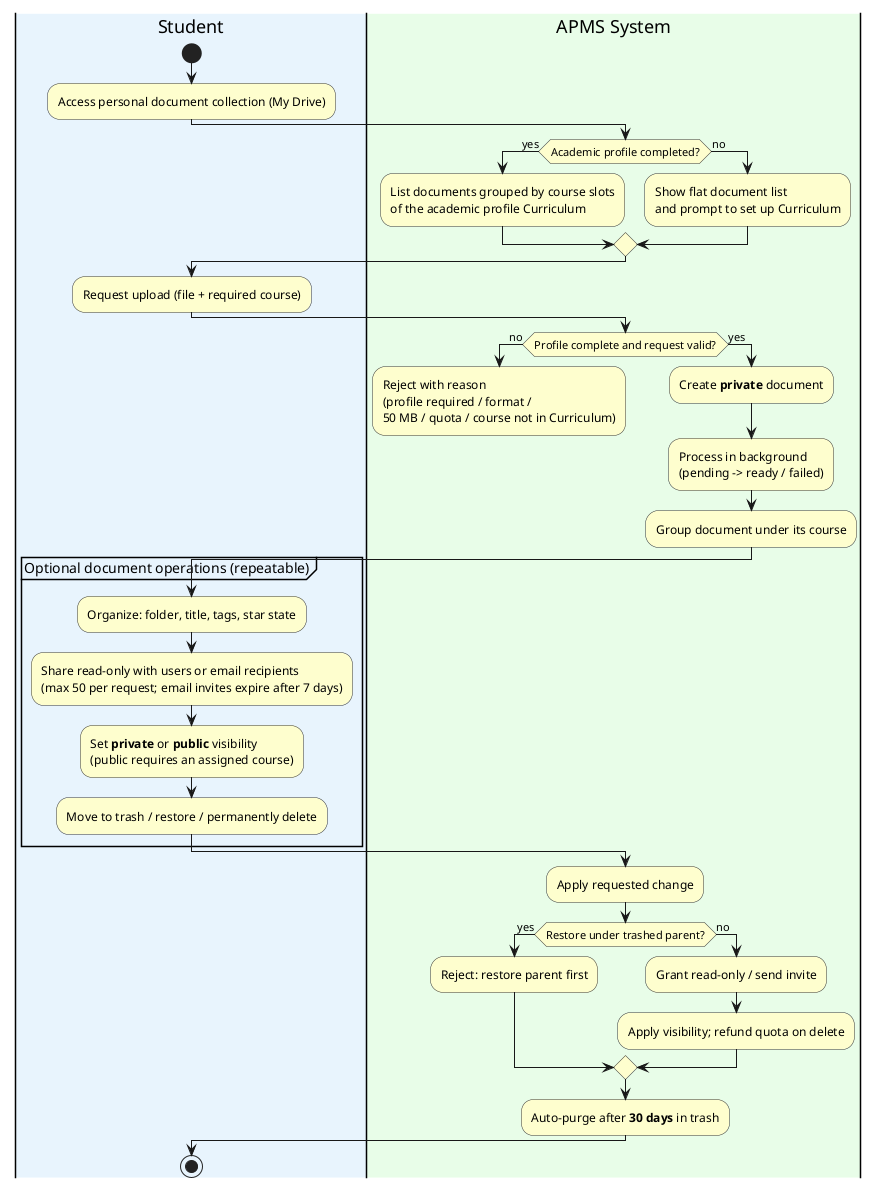
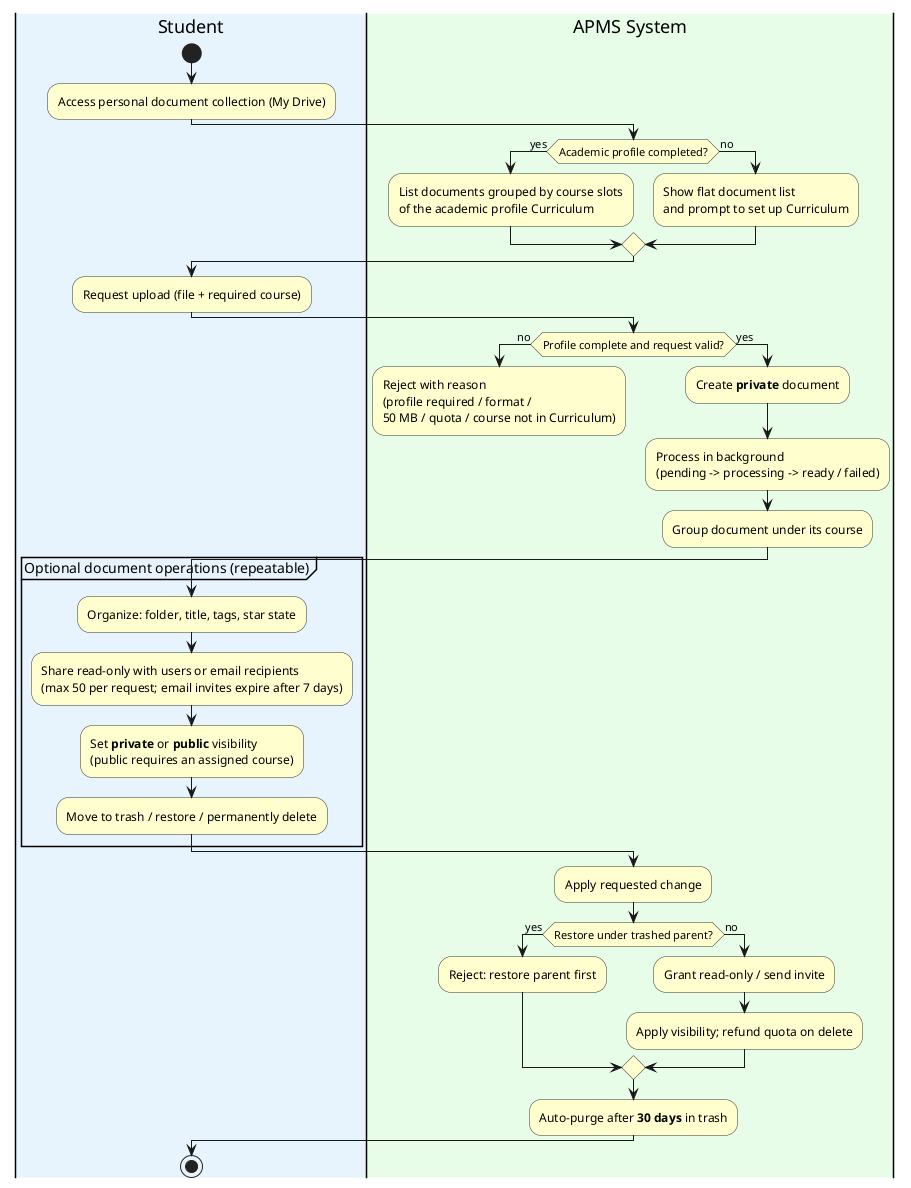
@startuml APMS_Activity2_LearningDocumentManagement
skinparam swimlane {
  WrapTitle false
}
skinparam activity {
  BackgroundColor #FEFECE
  BorderColor #333333
}

|#E8F4FD|Student|
start
:Access personal document collection (My Drive);

|#E8FDE8|APMS System|
if (Academic profile completed?) then (yes)
  :List documents grouped by course slots\nof the academic profile Curriculum;
else (no)
  :Show flat document list\nand prompt to set up Curriculum;
endif

|Student|
:Request upload (file + required course);

|APMS System|
if (Profile complete and request valid?) then (no)
  :Reject with reason\n(profile required / format /\n50 MB / quota / course not in Curriculum);
  detach
else (yes)
  :Create **private** document;
-   :Process in background\n(pending -> ready / failed);
+   :Process in background\n(pending -> processing -> ready / failed);
  :Group document under its course;
endif

|Student|
partition "Optional document operations (repeatable)" {
  :Organize: folder, title, tags, star state;
  :Share read-only with users or email recipients\n(max 50 per request; email invites expire after 7 days);
  :Set **private** or **public** visibility\n(public requires an assigned course);
  :Move to trash / restore / permanently delete;
}

|APMS System|
:Apply requested change;
if (Restore under trashed parent?) then (yes)
  :Reject: restore parent first;
else (no)
  :Grant read-only / send invite;
  :Apply visibility; refund quota on delete;
endif
:Auto-purge after **30 days** in trash;

|Student|
stop

@enduml
